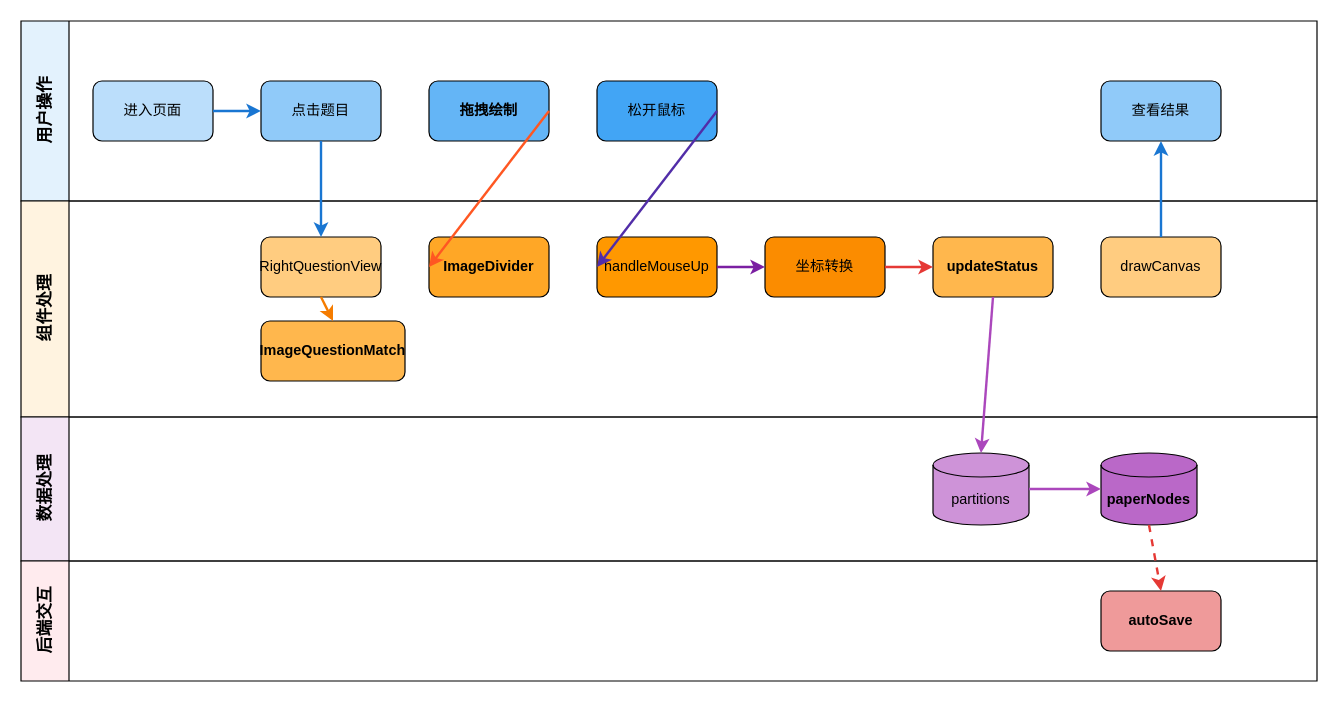
This is 用户操作流程图.drawio from cychenyao/test, a draw.io file, before an edit. Source tidied: cells renumbered, new cells numbered last; positions are measured from the earlier drawing's top-left corner, leaving out a move shared by most shapes. Both pictures are drawn from the tidied source at 120%, with x=0, y=0 at pixel (20, 20).
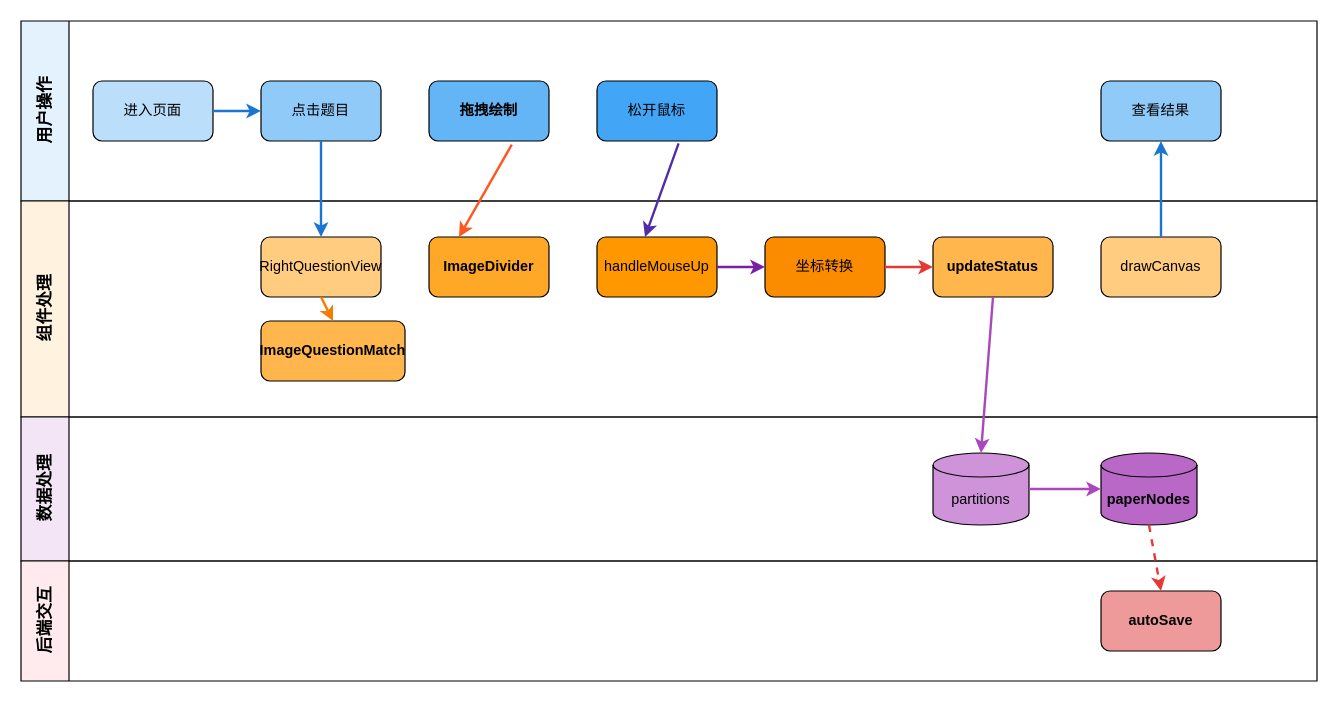
Above is the later version.

Commit message:
更新用户操作流程图.drawio

The change refers to these unchanged cells:
```xml
<mxCell id="5" value="拖拽绘制" style="rounded=1;whiteSpace=wrap;html=1;fillColor=#64B5F6;fontStyle=1;" parent="2" vertex="1">
  <mxGeometry x="340" y="50" width="100" height="50" as="geometry" />
</mxCell>
<mxCell id="6" value="松开鼠标" style="rounded=1;whiteSpace=wrap;html=1;fillColor=#42A5F5;" parent="2" vertex="1">
  <mxGeometry x="480" y="50" width="100" height="50" as="geometry" />
</mxCell>
<mxCell id="11" value="ImageDivider" style="rounded=1;whiteSpace=wrap;html=1;fillColor=#FFA726;fontStyle=1;" parent="8" vertex="1">
  <mxGeometry x="340" y="30" width="100" height="50" as="geometry" />
</mxCell>
<mxCell id="12" value="handleMouseUp" style="rounded=1;whiteSpace=wrap;html=1;fillColor=#FF9800;" parent="8" vertex="1">
  <mxGeometry x="480" y="30" width="100" height="50" as="geometry" />
</mxCell>
```

What changed in the source:
```diff
@@
-    <mxCell id="24" style="endArrow=classic;html=1;strokeWidth=2;strokeColor=#FF5722;exitX=1;exitY=0.5;exitDx=0;exitDy=0;entryX=0;entryY=0.5;entryDx=0;entryDy=0;" parent="1" edge="1" source="5" target="11">
+    <mxCell id="24" style="endArrow=classic;html=1;strokeWidth=2;strokeColor=#FF5722;exitX=0.69;exitY=1.06;exitDx=0;exitDy=0;entryX=0.25;entryY=0;entryDx=0;entryDy=0;exitPerimeter=0;" parent="1" edge="1" source="5" target="11">
       <mxGeometry relative="1" as="geometry" />
     </mxCell>
-    <mxCell id="25" style="endArrow=classic;html=1;strokeWidth=2;strokeColor=#512DA8;exitX=1;exitY=0.5;exitDx=0;exitDy=0;entryX=0;entryY=0.5;entryDx=0;entryDy=0;" parent="1" edge="1" source="6" target="12">
+    <mxCell id="25" style="endArrow=classic;html=1;strokeWidth=2;strokeColor=#512DA8;exitX=0.68;exitY=1.04;exitDx=0;exitDy=0;entryX=0.4;entryY=0;entryDx=0;entryDy=0;exitPerimeter=0;entryPerimeter=0;" parent="1" edge="1" source="6" target="12">
       <mxGeometry relative="1" as="geometry" />
     </mxCell>
```
